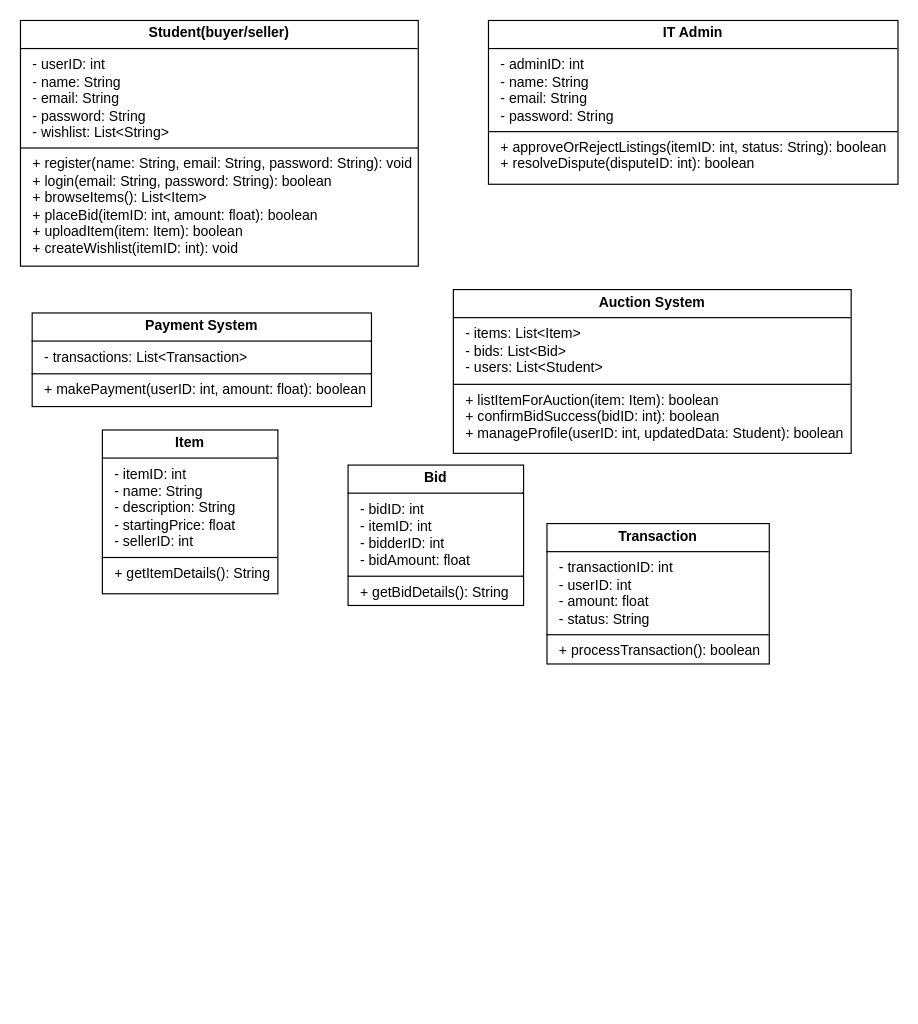
Earlier version of the draw.io diagram Untitled Diagram.drawio (Abhilash31304/auction_BidBox). Source tidied: cells renumbered, new cells numbered last; positions are measured from the earlier drawing's top-left corner, leaving out a move shared by most shapes. Both pictures are drawn from the tidied source at 117%, with x=0, y=0 at pixel (20, 20).
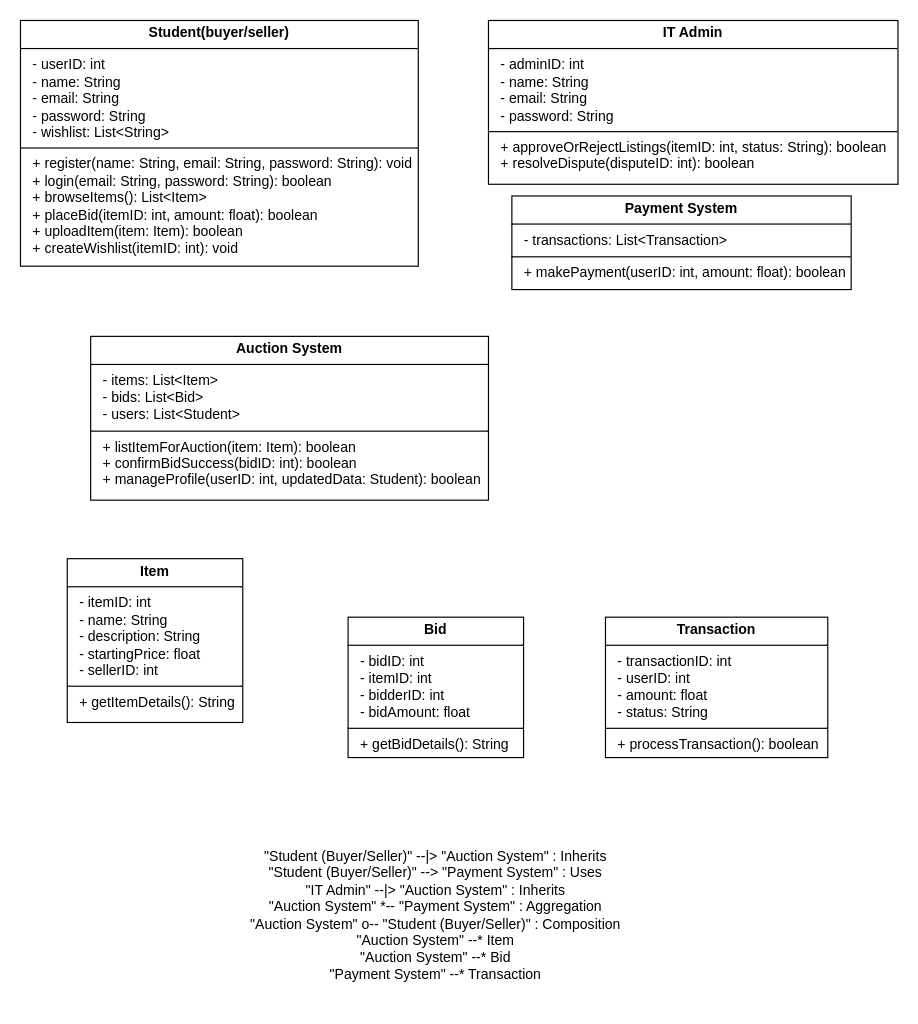
After the change.

Commit message (it also covers changes not shown here):
UML_diagram

Change to the diagram source:
```diff
@@
 <mxGraphModel>
   <root>
     <mxCell id="0" />
     <mxCell id="1" parent="0" />
     <mxCell id="2" value="&lt;p style=&quot;margin:0px;margin-top:4px;text-align:center;&quot;&gt;&lt;b&gt;Student(buyer/seller)&lt;/b&gt;&lt;/p&gt;&lt;hr size=&quot;1&quot; style=&quot;border-style:solid;&quot;&gt;&lt;p style=&quot;margin:0px;margin-left:4px;&quot;&gt;&amp;nbsp; - userID: int&lt;/p&gt;&lt;p style=&quot;margin:0px;margin-left:4px;&quot;&gt;&amp;nbsp; - name: String&lt;/p&gt;&lt;p style=&quot;margin:0px;margin-left:4px;&quot;&gt;&amp;nbsp; - email: String&lt;/p&gt;&lt;p style=&quot;margin:0px;margin-left:4px;&quot;&gt;&amp;nbsp; - password: String&lt;/p&gt;&lt;p style=&quot;margin:0px;margin-left:4px;&quot;&gt;&amp;nbsp; - wishlist: List&amp;lt;String&amp;gt;&lt;/p&gt;&lt;hr size=&quot;1&quot; style=&quot;border-style:solid;&quot;&gt;&lt;p style=&quot;margin:0px;margin-left:4px;&quot;&gt;&amp;nbsp; + register(name: String, email: String, password: String): void&lt;/p&gt;&lt;p style=&quot;margin:0px;margin-left:4px;&quot;&gt;&amp;nbsp; + login(email: String, password: String): boolean&lt;/p&gt;&lt;p style=&quot;margin:0px;margin-left:4px;&quot;&gt;&amp;nbsp; + browseItems(): List&amp;lt;Item&amp;gt;&lt;/p&gt;&lt;p style=&quot;margin:0px;margin-left:4px;&quot;&gt;&amp;nbsp; + placeBid(itemID: int, amount: float): boolean&lt;/p&gt;&lt;p style=&quot;margin:0px;margin-left:4px;&quot;&gt;&amp;nbsp; + uploadItem(item: Item): boolean&lt;/p&gt;&lt;p style=&quot;margin:0px;margin-left:4px;&quot;&gt;&amp;nbsp; + createWishlist(itemID: int): void&lt;/p&gt;" style="verticalAlign=top;align=left;overflow=fill;html=1;whiteSpace=wrap;" parent="1" vertex="1">
       <mxGeometry width="340" height="210" as="geometry" />
     </mxCell>
     <mxCell id="3" value="&lt;p style=&quot;margin:0px;margin-top:4px;text-align:center;&quot;&gt;&lt;b&gt;IT Admin&lt;/b&gt;&lt;/p&gt;&lt;hr size=&quot;1&quot; style=&quot;border-style:solid;&quot;&gt;&lt;p style=&quot;margin:0px;margin-left:4px;&quot;&gt;&amp;nbsp; - adminID: int&lt;/p&gt;&lt;p style=&quot;margin:0px;margin-left:4px;&quot;&gt;&amp;nbsp; - name: String&lt;/p&gt;&lt;p style=&quot;margin:0px;margin-left:4px;&quot;&gt;&amp;nbsp; - email: String&lt;/p&gt;&lt;p style=&quot;margin:0px;margin-left:4px;&quot;&gt;&amp;nbsp; - password: String&lt;/p&gt;&lt;hr size=&quot;1&quot; style=&quot;border-style:solid;&quot;&gt;&lt;p style=&quot;margin:0px;margin-left:4px;&quot;&gt;&amp;nbsp; + approveOrRejectListings(itemID: int, status: String): boolean&lt;/p&gt;&lt;p style=&quot;margin:0px;margin-left:4px;&quot;&gt;&amp;nbsp; + resolveDispute(disputeID: int): boolean&lt;/p&gt;" style="verticalAlign=top;align=left;overflow=fill;html=1;whiteSpace=wrap;" parent="1" vertex="1">
       <mxGeometry x="400" width="350" height="140" as="geometry" />
     </mxCell>
     <mxCell id="4" value="&lt;p style=&quot;margin:0px;margin-top:4px;text-align:center;&quot;&gt;&lt;b&gt;Auction System&lt;/b&gt;&lt;/p&gt;&lt;hr size=&quot;1&quot; style=&quot;border-style:solid;&quot;&gt;&lt;p style=&quot;margin:0px;margin-left:4px;&quot;&gt;&amp;nbsp; - items: List&amp;lt;Item&amp;gt;&lt;/p&gt;&lt;p style=&quot;margin:0px;margin-left:4px;&quot;&gt;&amp;nbsp; - bids: List&amp;lt;Bid&amp;gt;&lt;/p&gt;&lt;p style=&quot;margin:0px;margin-left:4px;&quot;&gt;&amp;nbsp; - users: List&amp;lt;Student&amp;gt;&lt;/p&gt;&lt;hr size=&quot;1&quot; style=&quot;border-style:solid;&quot;&gt;&lt;p style=&quot;margin:0px;margin-left:4px;&quot;&gt;&amp;nbsp; + listItemForAuction(item: Item): boolean&lt;/p&gt;&lt;p style=&quot;margin:0px;margin-left:4px;&quot;&gt;&amp;nbsp; + confirmBidSuccess(bidID: int): boolean&lt;/p&gt;&lt;p style=&quot;margin:0px;margin-left:4px;&quot;&gt;&amp;nbsp; + manageProfile(userID: int, updatedData: Student): boolean&lt;/p&gt;" style="verticalAlign=top;align=left;overflow=fill;html=1;whiteSpace=wrap;" parent="1" vertex="1">
-      <mxGeometry x="370" y="230" width="340" height="140" as="geometry" />
+      <mxGeometry x="60" y="270" width="340" height="140" as="geometry" />
     </mxCell>
     <mxCell id="5" value="&lt;p style=&quot;margin:0px;margin-top:4px;text-align:center;&quot;&gt;&lt;b&gt;Payment System&lt;/b&gt;&lt;/p&gt;&lt;hr size=&quot;1&quot; style=&quot;border-style:solid;&quot;&gt;&lt;p style=&quot;margin:0px;margin-left:4px;&quot;&gt;&amp;nbsp; - transactions: List&amp;lt;Transaction&amp;gt;&lt;/p&gt;&lt;hr size=&quot;1&quot; style=&quot;border-style:solid;&quot;&gt;&lt;p style=&quot;margin:0px;margin-left:4px;&quot;&gt;&amp;nbsp; + makePayment(userID: int, amount: float): boolean&lt;/p&gt;" style="verticalAlign=top;align=left;overflow=fill;html=1;whiteSpace=wrap;" parent="1" vertex="1">
-      <mxGeometry x="10" y="250" width="290" height="80" as="geometry" />
+      <mxGeometry x="420" y="150" width="290" height="80" as="geometry" />
     </mxCell>
     <mxCell id="6" value="&lt;p style=&quot;margin:0px;margin-top:4px;text-align:center;&quot;&gt;&lt;b&gt;Item&lt;/b&gt;&lt;/p&gt;&lt;hr size=&quot;1&quot; style=&quot;border-style:solid;&quot;&gt;&lt;p style=&quot;margin:0px;margin-left:4px;&quot;&gt;&amp;nbsp; - itemID: int&lt;/p&gt;&lt;p style=&quot;margin:0px;margin-left:4px;&quot;&gt;&amp;nbsp; - name: String&lt;/p&gt;&lt;p style=&quot;margin:0px;margin-left:4px;&quot;&gt;&amp;nbsp; - description: String&lt;/p&gt;&lt;p style=&quot;margin:0px;margin-left:4px;&quot;&gt;&amp;nbsp; - startingPrice: float&lt;/p&gt;&lt;p style=&quot;margin:0px;margin-left:4px;&quot;&gt;&amp;nbsp; - sellerID: int&lt;/p&gt;&lt;hr size=&quot;1&quot; style=&quot;border-style:solid;&quot;&gt;&lt;p style=&quot;margin:0px;margin-left:4px;&quot;&gt;&amp;nbsp; + getItemDetails(): String&lt;/p&gt;" style="verticalAlign=top;align=left;overflow=fill;html=1;whiteSpace=wrap;" parent="1" vertex="1">
-      <mxGeometry x="70" y="350" width="150" height="140" as="geometry" />
+      <mxGeometry x="40" y="460" width="150" height="140" as="geometry" />
     </mxCell>
     <mxCell id="7" value="&lt;p style=&quot;margin:0px;margin-top:4px;text-align:center;&quot;&gt;&lt;b&gt;Bid&lt;/b&gt;&lt;/p&gt;&lt;hr size=&quot;1&quot; style=&quot;border-style:solid;&quot;&gt;&lt;p style=&quot;margin:0px;margin-left:4px;&quot;&gt;&amp;nbsp; - bidID: int&lt;/p&gt;&lt;p style=&quot;margin:0px;margin-left:4px;&quot;&gt;&amp;nbsp; - itemID: int&lt;/p&gt;&lt;p style=&quot;margin:0px;margin-left:4px;&quot;&gt;&amp;nbsp; - bidderID: int&lt;/p&gt;&lt;p style=&quot;margin:0px;margin-left:4px;&quot;&gt;&amp;nbsp; - bidAmount: float&lt;/p&gt;&lt;hr size=&quot;1&quot; style=&quot;border-style:solid;&quot;&gt;&lt;p style=&quot;margin:0px;margin-left:4px;&quot;&gt;&amp;nbsp; + getBidDetails(): String&lt;/p&gt;" style="verticalAlign=top;align=left;overflow=fill;html=1;whiteSpace=wrap;" parent="1" vertex="1">
-      <mxGeometry x="280" y="380" width="150" height="120" as="geometry" />
+      <mxGeometry x="280" y="510" width="150" height="120" as="geometry" />
     </mxCell>
     <mxCell id="8" value="&lt;p style=&quot;margin:0px;margin-top:4px;text-align:center;&quot;&gt;&lt;b&gt;Transaction&lt;/b&gt;&lt;/p&gt;&lt;hr size=&quot;1&quot; style=&quot;border-style:solid;&quot;&gt;&lt;p style=&quot;margin:0px;margin-left:4px;&quot;&gt;&amp;nbsp; - transactionID: int&lt;/p&gt;&lt;p style=&quot;margin:0px;margin-left:4px;&quot;&gt;&amp;nbsp; - userID: int&lt;/p&gt;&lt;p style=&quot;margin:0px;margin-left:4px;&quot;&gt;&amp;nbsp; - amount: float&lt;/p&gt;&lt;p style=&quot;margin:0px;margin-left:4px;&quot;&gt;&amp;nbsp; - status: String&lt;/p&gt;&lt;hr size=&quot;1&quot; style=&quot;border-style:solid;&quot;&gt;&lt;p style=&quot;margin:0px;margin-left:4px;&quot;&gt;&amp;nbsp; + processTransaction(): boolean&lt;/p&gt;" style="verticalAlign=top;align=left;overflow=fill;html=1;whiteSpace=wrap;" parent="1" vertex="1">
-      <mxGeometry x="450" y="430" width="190" height="120" as="geometry" />
+      <mxGeometry x="500" y="510" width="190" height="120" as="geometry" />
     </mxCell>
+    <mxCell id="9" value="&lt;div&gt;&quot;Student (Buyer/Seller)&quot; --|&amp;gt; &quot;Auction System&quot; : Inherits&lt;/div&gt;&lt;div&gt;&quot;Student (Buyer/Seller)&quot; --&amp;gt; &quot;Payment System&quot; : Uses&lt;/div&gt;&lt;div&gt;&quot;IT Admin&quot; --|&amp;gt; &quot;Auction System&quot; : Inherits&lt;/div&gt;&lt;div&gt;&quot;Auction System&quot; *-- &quot;Payment System&quot; : Aggregation&lt;/div&gt;&lt;div&gt;&quot;Auction System&quot; o-- &quot;Student (Buyer/Seller)&quot; : Composition&lt;/div&gt;&lt;div&gt;&quot;Auction System&quot; --* Item&lt;/div&gt;&lt;div&gt;&quot;Auction System&quot; --* Bid&lt;/div&gt;&lt;div&gt;&quot;Payment System&quot; --* Transaction&lt;/div&gt;" style="text;html=1;align=center;verticalAlign=middle;whiteSpace=wrap;rounded=0;" parent="1" vertex="1">
+      <mxGeometry x="180" y="690" width="350" height="150" as="geometry" />
+    </mxCell>
   </root>
 </mxGraphModel>
```
